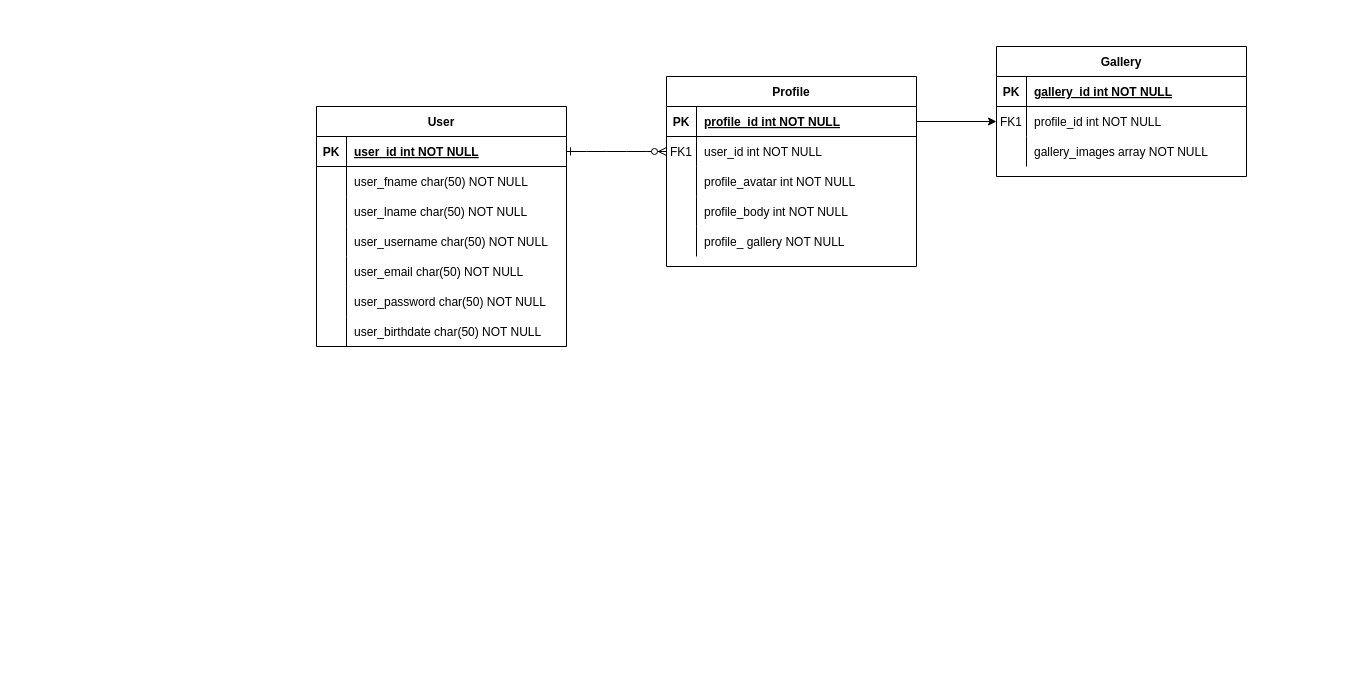
This is Untitled Diagram.drawio from ZM-UniConnect/Design, a draw.io file, before an edit. Source tidied: cells renumbered, new cells numbered last; positions are measured from the earlier drawing's top-left corner, leaving out a move shared by most shapes. Both pictures are drawn from the tidied source at 100%, with x=0, y=0 at pixel (316, 46).
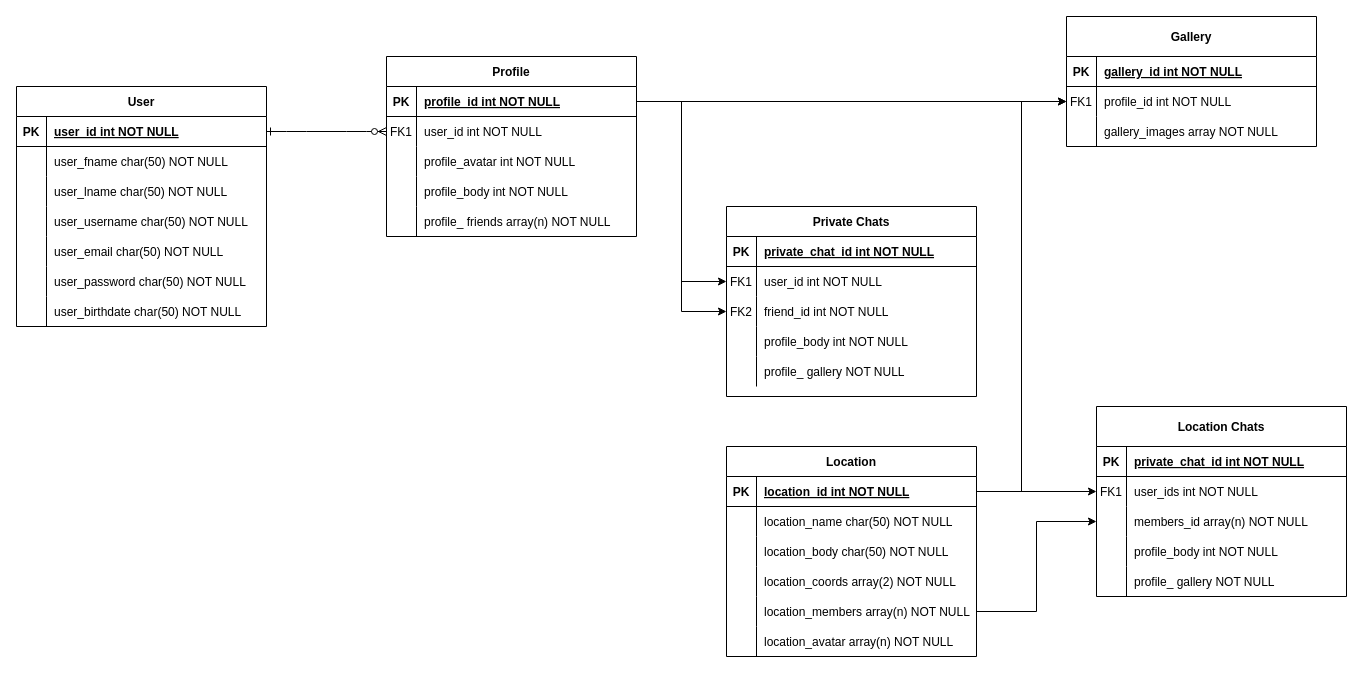
Above is the later version.

The change refers to these unchanged cells:
```xml
<mxCell id="4" style="shape=partialRectangle;fillColor=none;points=[[0,0.5],[1,0.5]];portConstraint=eastwest;top=0;left=0;right=0;bottom=1;" parent="3" vertex="1">
  <mxGeometry y="30" width="250" height="30" as="geometry" />
</mxCell>
<mxCell id="38" style="shape=partialRectangle;fillColor=none;top=0;left=0;right=0;bottom=0;" parent="19" vertex="1">
  <mxGeometry y="210" width="250" height="30" as="geometry" />
</mxCell>
```

What changed in the source:
```diff
@@
     <mxCell id="3" value="Profile" style="shape=table;startSize=30;childLayout=tableLayout;rowLines=0;fontStyle=1;align=center;" parent="1" vertex="1">
-      <mxGeometry x="350" y="30" width="250" height="190" as="geometry" />
+      <mxGeometry x="70" y="10" width="250" height="180" as="geometry" />
     </mxCell>
@@
-    <mxCell id="16" style="shape=partialRectangle;fillColor=none;top=0;left=0;right=0;bottom=0;" parent="3" vertex="1">
-      <mxGeometry y="150" width="250" height="30" as="geometry" />
-    </mxCell>
-    <mxCell id="17" style="shape=partialRectangle;overflow=hidden;fillColor=none;top=0;left=0;bottom=0;right=0;" parent="16" vertex="1">
-      <mxGeometry width="30" height="30" as="geometry" />
-    </mxCell>
-    <mxCell id="18" value="profile_ gallery NOT NULL" style="shape=partialRectangle;overflow=hidden;fillColor=none;top=0;left=0;bottom=0;right=0;align=left;spacingLeft=6;" parent="16" vertex="1">
-      <mxGeometry x="30" width="220" height="30" as="geometry" />
-    </mxCell>
+    <mxCell id="52" style="shape=partialRectangle;fillColor=none;top=0;left=0;right=0;bottom=0;" parent="3" vertex="1">
+      <mxGeometry y="150" width="250" height="30" as="geometry" />
+    </mxCell>
+    <mxCell id="53" style="shape=partialRectangle;overflow=hidden;fillColor=none;top=0;left=0;bottom=0;right=0;" parent="52" vertex="1">
+      <mxGeometry width="30" height="30" as="geometry" />
+    </mxCell>
+    <mxCell id="54" value="profile_ friends array(n) NOT NULL" style="shape=partialRectangle;overflow=hidden;fillColor=none;top=0;left=0;bottom=0;right=0;align=left;spacingLeft=6;" parent="52" vertex="1">
+      <mxGeometry x="30" width="220" height="30" as="geometry" />
+    </mxCell>
     <mxCell id="19" value="User" style="shape=table;startSize=30;childLayout=tableLayout;rowLines=0;fontStyle=1;align=center;" parent="1" vertex="1">
-      <mxGeometry y="60" width="250" height="240" as="geometry" />
+      <mxGeometry x="-300" y="40" width="250" height="240" as="geometry" />
     </mxCell>
@@
-    <mxCell id="39" style="shape=partialRectangle;overflow=hidden;fillColor=none;top=0;left=0;bottom=0;right=0;" parent="38" vertex="1">
-      <mxGeometry width="30" height="30" as="geometry" />
-    </mxCell>
+    <mxCell id="55" style="shape=partialRectangle;overflow=hidden;fillColor=none;top=0;left=0;bottom=0;right=0;" parent="38" vertex="1">
+      <mxGeometry width="30" height="30" as="geometry" />
+    </mxCell>
@@
-    <mxCell id="41" value="Gallery" style="shape=table;startSize=30;childLayout=tableLayout;rowLines=0;fontStyle=1;align=center;" parent="1" vertex="1">
-      <mxGeometry x="680" width="250" height="130" as="geometry" />
+    <mxCell id="41" value="Gallery" style="shape=table;startSize=40;childLayout=tableLayout;rowLines=0;fontStyle=1;align=center;" parent="1" vertex="1">
+      <mxGeometry x="750" y="-30" width="250" height="130" as="geometry" />
     </mxCell>
     <mxCell id="42" style="shape=partialRectangle;fillColor=none;top=0;left=0;right=0;bottom=1;" parent="41" vertex="1">
-      <mxGeometry y="30" width="250" height="30" as="geometry" />
+      <mxGeometry y="40" width="250" height="30" as="geometry" />
     </mxCell>
@@
     <mxCell id="45" style="shape=partialRectangle;fillColor=none;points=[[0,0.5],[1,0.5]];portConstraint=eastwest;top=0;left=0;right=0;bottom=0;" parent="41" vertex="1">
-      <mxGeometry y="60" width="250" height="30" as="geometry" />
+      <mxGeometry y="70" width="250" height="30" as="geometry" />
     </mxCell>
@@
     <mxCell id="48" style="shape=partialRectangle;fillColor=none;top=0;left=0;right=0;bottom=0;" parent="41" vertex="1">
-      <mxGeometry y="90" width="250" height="30" as="geometry" />
+      <mxGeometry y="100" width="250" height="30" as="geometry" />
     </mxCell>
@@
+    <mxCell id="56" value="Private Chats" style="shape=table;startSize=30;childLayout=tableLayout;rowLines=0;fontStyle=1;align=center;" parent="1" vertex="1">
+      <mxGeometry x="410" y="160" width="250" height="190" as="geometry" />
+    </mxCell>
+    <mxCell id="57" style="shape=partialRectangle;fillColor=none;top=0;left=0;right=0;bottom=1;" parent="56" vertex="1">
+      <mxGeometry y="30" width="250" height="30" as="geometry" />
+    </mxCell>
+    <mxCell id="58" value="PK" style="shape=partialRectangle;overflow=hidden;fillColor=none;top=0;left=0;bottom=0;right=0;fontStyle=1;" parent="57" vertex="1">
+      <mxGeometry width="30" height="30" as="geometry" />
+    </mxCell>
+    <mxCell id="59" value="private_chat_id int NOT NULL " style="shape=partialRectangle;overflow=hidden;fillColor=none;top=0;left=0;bottom=0;right=0;align=left;spacingLeft=6;fontStyle=5;" parent="57" vertex="1">
+      <mxGeometry x="30" width="220" height="30" as="geometry" />
+    </mxCell>
+    <mxCell id="60" style="shape=partialRectangle;fillColor=none;points=[[0,0.5],[1,0.5]];portConstraint=eastwest;top=0;left=0;right=0;bottom=0;" parent="56" vertex="1">
+      <mxGeometry y="60" width="250" height="30" as="geometry" />
+    </mxCell>
+    <mxCell id="61" value="FK1" style="shape=partialRectangle;overflow=hidden;fillColor=none;top=0;left=0;bottom=0;right=0;" parent="60" vertex="1">
+      <mxGeometry width="30" height="30" as="geometry" />
+    </mxCell>
+    <mxCell id="62" value="user_id int NOT NULL" style="shape=partialRectangle;overflow=hidden;fillColor=none;top=0;left=0;bottom=0;right=0;align=left;spacingLeft=6;" parent="60" vertex="1">
+      <mxGeometry x="30" width="220" height="30" as="geometry" />
+    </mxCell>
+    <mxCell id="63" style="shape=partialRectangle;fillColor=none;points=[[0,0.5],[1,0.5]];portConstraint=eastwest;top=0;left=0;right=0;bottom=0;" parent="56" vertex="1">
+      <mxGeometry y="90" width="250" height="30" as="geometry" />
+    </mxCell>
+    <mxCell id="64" value="FK2" style="shape=partialRectangle;overflow=hidden;fillColor=none;top=0;left=0;bottom=0;right=0;" parent="63" vertex="1">
+      <mxGeometry width="30" height="30" as="geometry" />
+    </mxCell>
+    <mxCell id="65" value="friend_id int NOT NULL" style="shape=partialRectangle;overflow=hidden;fillColor=none;top=0;left=0;bottom=0;right=0;align=left;spacingLeft=6;" parent="63" vertex="1">
+      <mxGeometry x="30" width="220" height="30" as="geometry" />
+    </mxCell>
+    <mxCell id="66" style="shape=partialRectangle;fillColor=none;top=0;left=0;right=0;bottom=0;" parent="56" vertex="1">
+      <mxGeometry y="120" width="250" height="30" as="geometry" />
+    </mxCell>
+    <mxCell id="67" style="shape=partialRectangle;overflow=hidden;fillColor=none;top=0;left=0;bottom=0;right=0;" parent="66" vertex="1">
+      <mxGeometry width="30" height="30" as="geometry" />
+    </mxCell>
+    <mxCell id="68" value="profile_body int NOT NULL" style="shape=partialRectangle;overflow=hidden;fillColor=none;top=0;left=0;bottom=0;right=0;align=left;spacingLeft=6;" parent="66" vertex="1">
+      <mxGeometry x="30" width="220" height="30" as="geometry" />
+    </mxCell>
+    <mxCell id="69" style="shape=partialRectangle;fillColor=none;top=0;left=0;right=0;bottom=0;" parent="56" vertex="1">
+      <mxGeometry y="150" width="250" height="30" as="geometry" />
+    </mxCell>
+    <mxCell id="70" style="shape=partialRectangle;overflow=hidden;fillColor=none;top=0;left=0;bottom=0;right=0;" parent="69" vertex="1">
+      <mxGeometry width="30" height="30" as="geometry" />
+    </mxCell>
+    <mxCell id="71" value="profile_ gallery NOT NULL" style="shape=partialRectangle;overflow=hidden;fillColor=none;top=0;left=0;bottom=0;right=0;align=left;spacingLeft=6;" parent="69" vertex="1">
+      <mxGeometry x="30" width="220" height="30" as="geometry" />
+    </mxCell>
+    <mxCell id="72" value="Location Chats" style="shape=table;startSize=40;childLayout=tableLayout;rowLines=0;fontStyle=1;align=center;" parent="1" vertex="1">
+      <mxGeometry x="780" y="360" width="250" height="190" as="geometry" />
+    </mxCell>
+    <mxCell id="73" style="shape=partialRectangle;fillColor=none;top=0;left=0;right=0;bottom=1;" parent="72" vertex="1">
+      <mxGeometry y="40" width="250" height="30" as="geometry" />
+    </mxCell>
+    <mxCell id="74" value="PK" style="shape=partialRectangle;overflow=hidden;fillColor=none;top=0;left=0;bottom=0;right=0;fontStyle=1;" parent="73" vertex="1">
+      <mxGeometry width="30" height="30" as="geometry" />
+    </mxCell>
+    <mxCell id="75" value="private_chat_id int NOT NULL " style="shape=partialRectangle;overflow=hidden;fillColor=none;top=0;left=0;bottom=0;right=0;align=left;spacingLeft=6;fontStyle=5;" parent="73" vertex="1">
+      <mxGeometry x="30" width="220" height="30" as="geometry" />
+    </mxCell>
+    <mxCell id="76" style="shape=partialRectangle;fillColor=none;points=[[0,0.5],[1,0.5]];portConstraint=eastwest;top=0;left=0;right=0;bottom=0;" parent="72" vertex="1">
+      <mxGeometry y="70" width="250" height="30" as="geometry" />
+    </mxCell>
+    <mxCell id="77" value="FK1" style="shape=partialRectangle;overflow=hidden;fillColor=none;top=0;left=0;bottom=0;right=0;" parent="76" vertex="1">
+      <mxGeometry width="30" height="30" as="geometry" />
+    </mxCell>
+    <mxCell id="78" value="user_ids int NOT NULL" style="shape=partialRectangle;overflow=hidden;fillColor=none;top=0;left=0;bottom=0;right=0;align=left;spacingLeft=6;" parent="76" vertex="1">
+      <mxGeometry x="30" width="220" height="30" as="geometry" />
+    </mxCell>
+    <mxCell id="79" style="shape=partialRectangle;fillColor=none;points=[[0,0.5],[1,0.5]];portConstraint=eastwest;top=0;left=0;right=0;bottom=0;" parent="72" vertex="1">
+      <mxGeometry y="100" width="250" height="30" as="geometry" />
+    </mxCell>
+    <mxCell id="80" style="shape=partialRectangle;overflow=hidden;fillColor=none;top=0;left=0;bottom=0;right=0;" parent="79" vertex="1">
+      <mxGeometry width="30" height="30" as="geometry" />
+    </mxCell>
+    <mxCell id="81" value="members_id array(n) NOT NULL" style="shape=partialRectangle;overflow=hidden;fillColor=none;top=0;left=0;bottom=0;right=0;align=left;spacingLeft=6;" parent="79" vertex="1">
+      <mxGeometry x="30" width="220" height="30" as="geometry" />
+    </mxCell>
+    <mxCell id="82" style="shape=partialRectangle;fillColor=none;top=0;left=0;right=0;bottom=0;" parent="72" vertex="1">
+      <mxGeometry y="130" width="250" height="30" as="geometry" />
+    </mxCell>
+    <mxCell id="83" style="shape=partialRectangle;overflow=hidden;fillColor=none;top=0;left=0;bottom=0;right=0;" parent="82" vertex="1">
+      <mxGeometry width="30" height="30" as="geometry" />
+    </mxCell>
+    <mxCell id="84" value="profile_body int NOT NULL" style="shape=partialRectangle;overflow=hidden;fillColor=none;top=0;left=0;bottom=0;right=0;align=left;spacingLeft=6;" parent="82" vertex="1">
+      <mxGeometry x="30" width="220" height="30" as="geometry" />
+    </mxCell>
+    <mxCell id="85" style="shape=partialRectangle;fillColor=none;top=0;left=0;right=0;bottom=0;" parent="72" vertex="1">
+      <mxGeometry y="160" width="250" height="30" as="geometry" />
+    </mxCell>
+    <mxCell id="86" style="shape=partialRectangle;overflow=hidden;fillColor=none;top=0;left=0;bottom=0;right=0;" parent="85" vertex="1">
+      <mxGeometry width="30" height="30" as="geometry" />
+    </mxCell>
+    <mxCell id="87" value="profile_ gallery NOT NULL" style="shape=partialRectangle;overflow=hidden;fillColor=none;top=0;left=0;bottom=0;right=0;align=left;spacingLeft=6;" parent="85" vertex="1">
+      <mxGeometry x="30" width="220" height="30" as="geometry" />
+    </mxCell>
+    <mxCell id="88" value="Location" style="shape=table;startSize=30;childLayout=tableLayout;rowLines=0;fontStyle=1;align=center;" parent="1" vertex="1">
+      <mxGeometry x="410" y="400" width="250" height="210" as="geometry" />
+    </mxCell>
+    <mxCell id="89" style="shape=partialRectangle;fillColor=none;points=[[0,0.5],[1,0.5]];portConstraint=eastwest;top=0;left=0;right=0;bottom=1;" parent="88" vertex="1">
+      <mxGeometry y="30" width="250" height="30" as="geometry" />
+    </mxCell>
+    <mxCell id="90" value="PK" style="shape=partialRectangle;overflow=hidden;fillColor=none;top=0;left=0;bottom=0;right=0;fontStyle=1;" parent="89" vertex="1">
+      <mxGeometry width="30" height="30" as="geometry" />
+    </mxCell>
+    <mxCell id="91" value="location_id int NOT NULL " style="shape=partialRectangle;overflow=hidden;fillColor=none;top=0;left=0;bottom=0;right=0;align=left;spacingLeft=6;fontStyle=5;" parent="89" vertex="1">
+      <mxGeometry x="30" width="220" height="30" as="geometry" />
+    </mxCell>
+    <mxCell id="92" style="shape=partialRectangle;fillColor=none;top=0;left=0;right=0;bottom=0;" parent="88" vertex="1">
+      <mxGeometry y="60" width="250" height="30" as="geometry" />
+    </mxCell>
+    <mxCell id="93" style="shape=partialRectangle;overflow=hidden;fillColor=none;top=0;left=0;bottom=0;right=0;" parent="92" vertex="1">
+      <mxGeometry width="30" height="30" as="geometry" />
+    </mxCell>
+    <mxCell id="94" value="location_name char(50) NOT NULL" style="shape=partialRectangle;overflow=hidden;fillColor=none;top=0;left=0;bottom=0;right=0;align=left;spacingLeft=6;" parent="92" vertex="1">
+      <mxGeometry x="30" width="220" height="30" as="geometry" />
+    </mxCell>
+    <mxCell id="95" style="shape=partialRectangle;fillColor=none;top=0;left=0;right=0;bottom=0;" parent="88" vertex="1">
+      <mxGeometry y="90" width="250" height="30" as="geometry" />
+    </mxCell>
+    <mxCell id="96" style="shape=partialRectangle;overflow=hidden;fillColor=none;top=0;left=0;bottom=0;right=0;" parent="95" vertex="1">
+      <mxGeometry width="30" height="30" as="geometry" />
+    </mxCell>
+    <mxCell id="97" value="location_body char(50) NOT NULL" style="shape=partialRectangle;overflow=hidden;fillColor=none;top=0;left=0;bottom=0;right=0;align=left;spacingLeft=6;" parent="95" vertex="1">
+      <mxGeometry x="30" width="220" height="30" as="geometry" />
+    </mxCell>
+    <mxCell id="98" style="shape=partialRectangle;fillColor=none;top=0;left=0;right=0;bottom=0;" parent="88" vertex="1">
+      <mxGeometry y="120" width="250" height="30" as="geometry" />
+    </mxCell>
+    <mxCell id="99" style="shape=partialRectangle;overflow=hidden;fillColor=none;top=0;left=0;bottom=0;right=0;" parent="98" vertex="1">
+      <mxGeometry width="30" height="30" as="geometry" />
+    </mxCell>
+    <mxCell id="100" value="location_coords array(2) NOT NULL" style="shape=partialRectangle;overflow=hidden;fillColor=none;top=0;left=0;bottom=0;right=0;align=left;spacingLeft=6;" parent="98" vertex="1">
+      <mxGeometry x="30" width="220" height="30" as="geometry" />
+    </mxCell>
+    <mxCell id="101" style="shape=partialRectangle;fillColor=none;points=[[0,0.5],[1,0.5]];portConstraint=eastwest;top=0;left=0;right=0;bottom=0;" parent="88" vertex="1">
+      <mxGeometry y="150" width="250" height="30" as="geometry" />
+    </mxCell>
+    <mxCell id="102" style="shape=partialRectangle;overflow=hidden;fillColor=none;top=0;left=0;bottom=0;right=0;" parent="101" vertex="1">
+      <mxGeometry width="30" height="30" as="geometry" />
+    </mxCell>
+    <mxCell id="103" value="location_members array(n) NOT NULL" style="shape=partialRectangle;overflow=hidden;fillColor=none;top=0;left=0;bottom=0;right=0;align=left;spacingLeft=6;" parent="101" vertex="1">
+      <mxGeometry x="30" width="220" height="30" as="geometry" />
+    </mxCell>
+    <mxCell id="104" style="shape=partialRectangle;fillColor=none;top=0;left=0;right=0;bottom=0;" parent="88" vertex="1">
+      <mxGeometry y="180" width="250" height="30" as="geometry" />
+    </mxCell>
+    <mxCell id="105" style="shape=partialRectangle;overflow=hidden;fillColor=none;top=0;left=0;bottom=0;right=0;" parent="104" vertex="1">
+      <mxGeometry width="30" height="30" as="geometry" />
+    </mxCell>
+    <mxCell id="106" value="location_avatar array(n) NOT NULL" style="shape=partialRectangle;overflow=hidden;fillColor=none;top=0;left=0;bottom=0;right=0;align=left;spacingLeft=6;" parent="104" vertex="1">
+      <mxGeometry x="30" width="220" height="30" as="geometry" />
+    </mxCell>
+    <mxCell id="107" style="edgeStyle=orthogonalEdgeStyle;rounded=0;jettySize=auto;html=1;exitX=1;exitY=0.5;exitDx=0;exitDy=0;" parent="1" edge="1" source="89" target="45">
+      <mxGeometry relative="1" as="geometry" />
+    </mxCell>
+    <mxCell id="108" style="edgeStyle=orthogonalEdgeStyle;rounded=0;jettySize=auto;html=1;exitX=1;exitY=0.5;exitDx=0;exitDy=0;" parent="1" edge="1" source="4" target="60">
+      <mxGeometry relative="1" as="geometry" />
+    </mxCell>
+    <mxCell id="109" style="edgeStyle=orthogonalEdgeStyle;rounded=0;jettySize=auto;html=1;exitX=1;exitY=0.5;exitDx=0;exitDy=0;" parent="1" edge="1" source="4" target="63">
+      <mxGeometry relative="1" as="geometry" />
+    </mxCell>
+    <mxCell id="110" style="edgeStyle=orthogonalEdgeStyle;rounded=0;jettySize=auto;html=1;exitX=1;exitY=0.5;exitDx=0;exitDy=0;" parent="1" edge="1" source="89" target="76">
+      <mxGeometry relative="1" as="geometry" />
+    </mxCell>
+    <mxCell id="111" style="edgeStyle=orthogonalEdgeStyle;rounded=0;jettySize=auto;html=1;" parent="1" edge="1" source="101" target="79">
+      <mxGeometry relative="1" as="geometry" />
+    </mxCell>
```
